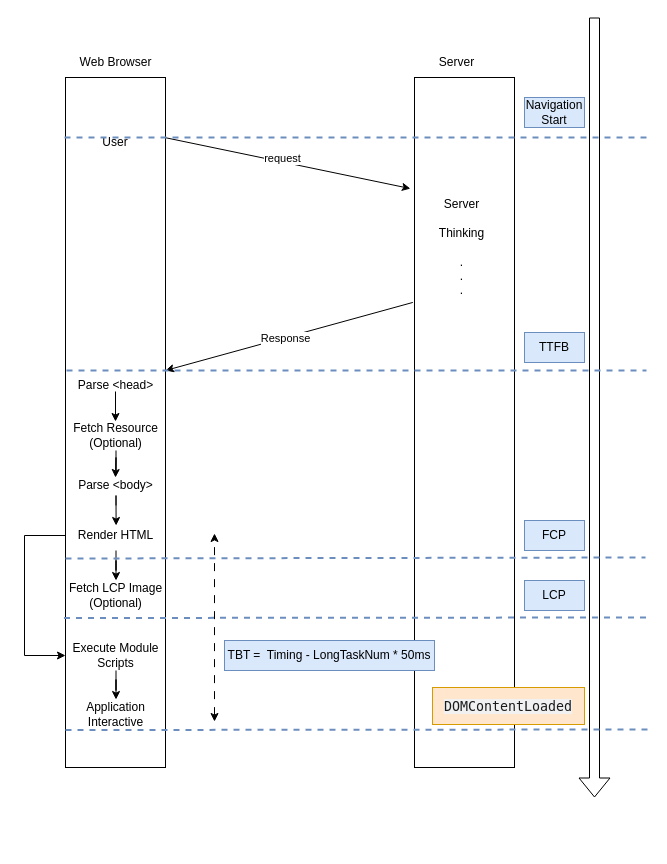
Above: picture/csr-application-process.drawio in Dante-dan/Blog (draw.io), before the change. Source tidied: cells renumbered, new cells numbered last; positions are measured from the earlier drawing's top-left corner, leaving out a move shared by most shapes. Both pictures are drawn from the tidied source at 100%, with x=0, y=0 at pixel (24, 17).
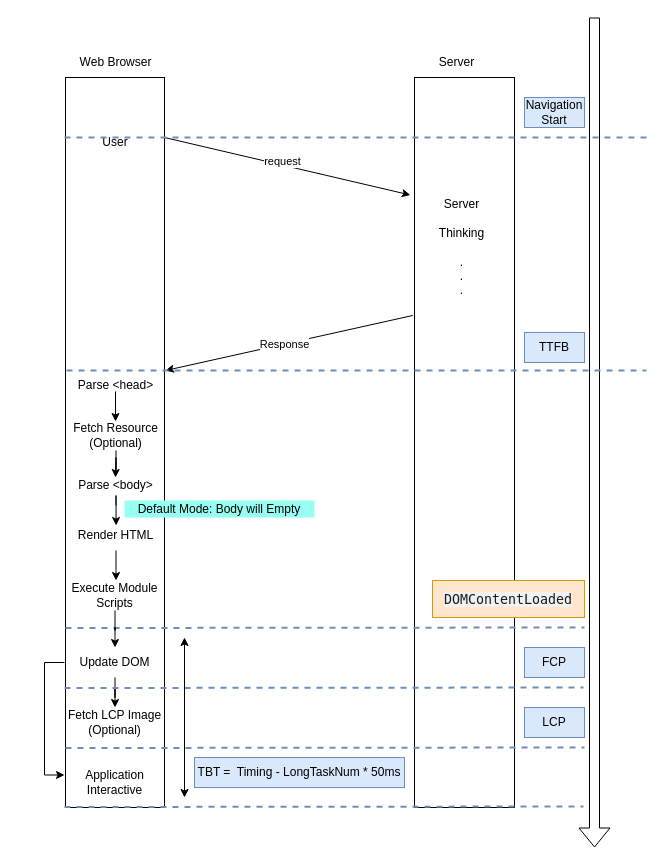
After the change.

The change refers to these unchanged cells:
```xml
<mxCell id="19" value="Render HTML" style="text;html=1;align=center;verticalAlign=middle;whiteSpace=wrap;rounded=0;" parent="1" vertex="1">
  <mxGeometry x="41" y="503" width="101" height="30" as="geometry" />
</mxCell>
```

Diff of the diagram source:
```diff
@@
     <mxCell id="2" style="rounded=0;whiteSpace=wrap;html=1;" parent="1" vertex="1">
-      <mxGeometry x="41" y="60" width="100" height="690" as="geometry" />
+      <mxGeometry x="41" y="60" width="99" height="730" as="geometry" />
     </mxCell>
@@
     <mxCell id="9" style="rounded=0;whiteSpace=wrap;html=1;" parent="1" vertex="1">
-      <mxGeometry x="390" y="60" width="100" height="690" as="geometry" />
+      <mxGeometry x="390" y="60" width="100" height="730" as="geometry" />
     </mxCell>
@@
-    <mxCell id="17" style="edgeStyle=orthogonalEdgeStyle;rounded=0;jettySize=auto;html=1;" parent="1" edge="1" source="19" target="20">
-      <mxGeometry relative="1" as="geometry" />
+    <mxCell id="17" style="edgeStyle=orthogonalEdgeStyle;rounded=0;jettySize=auto;html=1;" parent="1" edge="1" source="19">
+      <mxGeometry relative="1" as="geometry">
+        <mxPoint x="91.5" y="563" as="targetPoint" />
+      </mxGeometry>
     </mxCell>
-    <mxCell id="18" style="edgeStyle=orthogonalEdgeStyle;rounded=0;jettySize=auto;html=1;" parent="1" edge="1" source="19" target="32">
-      <mxGeometry relative="1" as="geometry">
-        <Array as="points">
-          <mxPoint y="518" />
-          <mxPoint y="638" />
-        </Array>
-      </mxGeometry>
-    </mxCell>
@@
-    <mxCell id="20" value="Fetch LCP Image (Optional)" style="text;html=1;align=center;verticalAlign=middle;whiteSpace=wrap;rounded=0;" parent="1" vertex="1">
-      <mxGeometry x="41" y="563" width="101" height="30" as="geometry" />
-    </mxCell>
     <mxCell id="21" style="shape=flexArrow;endArrow=classic;html=1;rounded=0;" parent="1" edge="1">
       <mxGeometry relative="1" as="geometry">
         <mxPoint x="570" as="sourcePoint" />
-        <mxPoint x="570" y="780" as="targetPoint" />
+        <mxPoint x="570" y="830" as="targetPoint" />
       </mxGeometry>
     </mxCell>
@@
-    <mxCell id="26" style="endArrow=none;dashed=1;html=1;rounded=0;fillColor=#dae8fc;strokeColor=#6c8ebf;strokeWidth=2;" parent="1" edge="1">
-      <mxGeometry relative="1" as="geometry">
-        <mxPoint x="39.5" y="600.5" as="sourcePoint" />
-        <mxPoint x="622" y="600" as="targetPoint" />
-      </mxGeometry>
-    </mxCell>
     <mxCell id="27" value="LCP" style="text;html=1;align=center;verticalAlign=middle;whiteSpace=wrap;rounded=0;fillColor=#dae8fc;strokeColor=#6c8ebf;" parent="1" vertex="1">
-      <mxGeometry x="500" y="563" width="60" height="30" as="geometry" />
+      <mxGeometry x="500" y="690" width="60" height="30" as="geometry" />
     </mxCell>
-    <mxCell id="28" style="endArrow=none;dashed=1;html=1;rounded=0;fillColor=#dae8fc;strokeColor=#6c8ebf;strokeWidth=2;" parent="1" edge="1">
-      <mxGeometry relative="1" as="geometry">
-        <mxPoint x="41" y="541" as="sourcePoint" />
-        <mxPoint x="621" y="540" as="targetPoint" />
-      </mxGeometry>
-    </mxCell>
     <mxCell id="29" value="FCP" style="text;html=1;align=center;verticalAlign=middle;whiteSpace=wrap;rounded=0;fillColor=#dae8fc;strokeColor=#6c8ebf;" parent="1" vertex="1">
-      <mxGeometry x="500" y="503" width="60" height="30" as="geometry" />
+      <mxGeometry x="500" y="630" width="60" height="30" as="geometry" />
     </mxCell>
@@
-    <mxCell id="31" style="edgeStyle=orthogonalEdgeStyle;rounded=0;jettySize=auto;html=1;" parent="1" edge="1" source="32" target="33">
-      <mxGeometry relative="1" as="geometry" />
-    </mxCell>
-    <mxCell id="32" value="Execute Module Scripts" style="text;html=1;align=center;verticalAlign=middle;whiteSpace=wrap;rounded=0;" parent="1" vertex="1">
-      <mxGeometry x="41" y="623" width="101" height="30" as="geometry" />
-    </mxCell>
-    <mxCell id="33" value="Application&lt;div&gt;Interactive&lt;/div&gt;" style="text;html=1;align=center;verticalAlign=middle;whiteSpace=wrap;rounded=0;" parent="1" vertex="1">
-      <mxGeometry x="41" y="682" width="101" height="30" as="geometry" />
-    </mxCell>
     <mxCell id="34" style="endArrow=none;dashed=1;html=1;rounded=0;fillColor=#dae8fc;strokeColor=#6c8ebf;strokeWidth=2;" parent="1" edge="1">
       <mxGeometry relative="1" as="geometry">
-        <mxPoint x="41" y="712.5" as="sourcePoint" />
-        <mxPoint x="623.5" y="712" as="targetPoint" />
+        <mxPoint x="41" y="610.5" as="sourcePoint" />
+        <mxPoint x="560" y="610" as="targetPoint" />
       </mxGeometry>
     </mxCell>
-    <mxCell id="35" style="endArrow=classic;startArrow=classic;html=1;rounded=0;dashed=1;dashPattern=8 8;" parent="1" edge="1">
-      <mxGeometry relative="1" as="geometry">
-        <mxPoint x="190" y="704" as="sourcePoint" />
-        <mxPoint x="190" y="516" as="targetPoint" />
-      </mxGeometry>
-    </mxCell>
     <mxCell id="36" value="TBT =&amp;nbsp; Timing - LongTaskNum * 50ms" style="text;html=1;align=center;verticalAlign=middle;whiteSpace=wrap;rounded=0;fillColor=#dae8fc;strokeColor=#6c8ebf;" parent="1" vertex="1">
-      <mxGeometry x="200" y="623" width="210" height="30" as="geometry" />
+      <mxGeometry x="170" y="740" width="210" height="30" as="geometry" />
     </mxCell>
     <mxCell id="37" value="&lt;span style=&quot;color: rgb(27, 27, 27); font-family: Menlo, Consolas, Monaco, &amp;quot;Liberation Mono&amp;quot;, &amp;quot;Lucida Console&amp;quot;, monospace; font-size: 13.328px; text-align: start; background-color: rgb(242, 241, 241);&quot;&gt;DOMContentLoaded&lt;/span&gt;" style="text;html=1;align=center;verticalAlign=middle;whiteSpace=wrap;rounded=0;fillColor=#ffe6cc;strokeColor=#d79b00;" parent="1" vertex="1">
-      <mxGeometry x="408" y="670" width="152" height="37" as="geometry" />
+      <mxGeometry x="408" y="563" width="152" height="37" as="geometry" />
     </mxCell>
+    <mxCell id="38" style="edgeStyle=orthogonalEdgeStyle;rounded=0;jettySize=auto;html=1;" parent="1" edge="1" source="32" target="42">
+      <mxGeometry relative="1" as="geometry" />
+    </mxCell>
+    <mxCell id="32" value="Execute Module Scripts" style="text;html=1;align=center;verticalAlign=middle;whiteSpace=wrap;rounded=0;" parent="1" vertex="1">
+      <mxGeometry x="40" y="563" width="101" height="30" as="geometry" />
+    </mxCell>
+    <mxCell id="39" value="Default Mode: Body will Empty" style="text;html=1;align=center;verticalAlign=middle;whiteSpace=wrap;rounded=0;fillColor=#96FFF1;" parent="1" vertex="1">
+      <mxGeometry x="100" y="483" width="190" height="17" as="geometry" />
+    </mxCell>
+    <mxCell id="40" style="edgeStyle=orthogonalEdgeStyle;rounded=0;jettySize=auto;html=1;" parent="1" edge="1" source="42" target="20">
+      <mxGeometry relative="1" as="geometry" />
+    </mxCell>
+    <mxCell id="41" style="edgeStyle=orthogonalEdgeStyle;rounded=0;jettySize=auto;html=1;entryX=0;entryY=0.25;entryDx=0;entryDy=0;" parent="1" edge="1" source="42" target="33">
+      <mxGeometry relative="1" as="geometry">
+        <Array as="points">
+          <mxPoint x="20" y="645" />
+          <mxPoint x="20" y="758" />
+        </Array>
+      </mxGeometry>
+    </mxCell>
+    <mxCell id="42" value="Update DOM" style="text;html=1;align=center;verticalAlign=middle;whiteSpace=wrap;rounded=0;" parent="1" vertex="1">
+      <mxGeometry x="40" y="630" width="101" height="30" as="geometry" />
+    </mxCell>
+    <mxCell id="20" value="Fetch LCP Image&lt;div&gt;(Optional)&lt;/div&gt;" style="text;html=1;align=center;verticalAlign=middle;whiteSpace=wrap;rounded=0;" parent="1" vertex="1">
+      <mxGeometry x="40" y="690" width="101" height="30" as="geometry" />
+    </mxCell>
+    <mxCell id="33" value="Application Interactive" style="text;html=1;align=center;verticalAlign=middle;whiteSpace=wrap;rounded=0;" parent="1" vertex="1">
+      <mxGeometry x="40" y="750" width="101" height="30" as="geometry" />
+    </mxCell>
+    <mxCell id="43" style="endArrow=none;dashed=1;html=1;rounded=0;fillColor=#dae8fc;strokeColor=#6c8ebf;strokeWidth=2;" parent="1" edge="1">
+      <mxGeometry relative="1" as="geometry">
+        <mxPoint x="40" y="670.5" as="sourcePoint" />
+        <mxPoint x="559" y="670" as="targetPoint" />
+      </mxGeometry>
+    </mxCell>
+    <mxCell id="44" style="endArrow=none;dashed=1;html=1;rounded=0;fillColor=#dae8fc;strokeColor=#6c8ebf;strokeWidth=2;" parent="1" edge="1">
+      <mxGeometry relative="1" as="geometry">
+        <mxPoint x="41" y="730.5" as="sourcePoint" />
+        <mxPoint x="560" y="730" as="targetPoint" />
+      </mxGeometry>
+    </mxCell>
+    <mxCell id="45" style="endArrow=none;dashed=1;html=1;rounded=0;fillColor=#dae8fc;strokeColor=#6c8ebf;strokeWidth=2;" parent="1" edge="1">
+      <mxGeometry relative="1" as="geometry">
+        <mxPoint x="40" y="789.5" as="sourcePoint" />
+        <mxPoint x="559" y="789" as="targetPoint" />
+      </mxGeometry>
+    </mxCell>
+    <mxCell id="46" style="endArrow=classic;startArrow=classic;html=1;rounded=0;" parent="1" edge="1">
+      <mxGeometry relative="1" as="geometry">
+        <mxPoint x="160" y="780" as="sourcePoint" />
+        <mxPoint x="160" y="620" as="targetPoint" />
+      </mxGeometry>
+    </mxCell>
```
